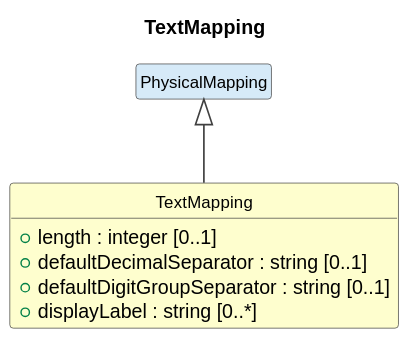
Cross-Domain-Interoperability-Framework/metadataBuildingBlocks keeps this PlantUML diagram as cdif-uml-model/_plantuml/cdifDataDescription/Classes/TextMapping.svg. Above is the earlier version.
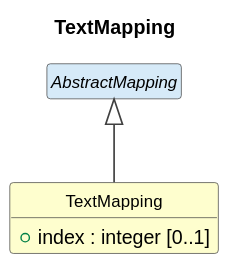
After the commit.

Diff of the diagram source:
```diff
@@ -11,11 +11,8 @@
 }
 
 class "TextMapping" as TextMapping #FEFECE {
-  +length : integer [0..1]
-  +defaultDecimalSeparator : string [0..1]
-  +defaultDigitGroupSeparator : string [0..1]
-  +displayLabel : string [0..*]
+  +index : integer [0..1]
 }
-class "PhysicalMapping" as PhysicalMapping #D6EAF8
-PhysicalMapping <|-- TextMapping
+abstract class "AbstractMapping" as AbstractMapping #D6EAF8
+AbstractMapping <|-- TextMapping
 @enduml
```
